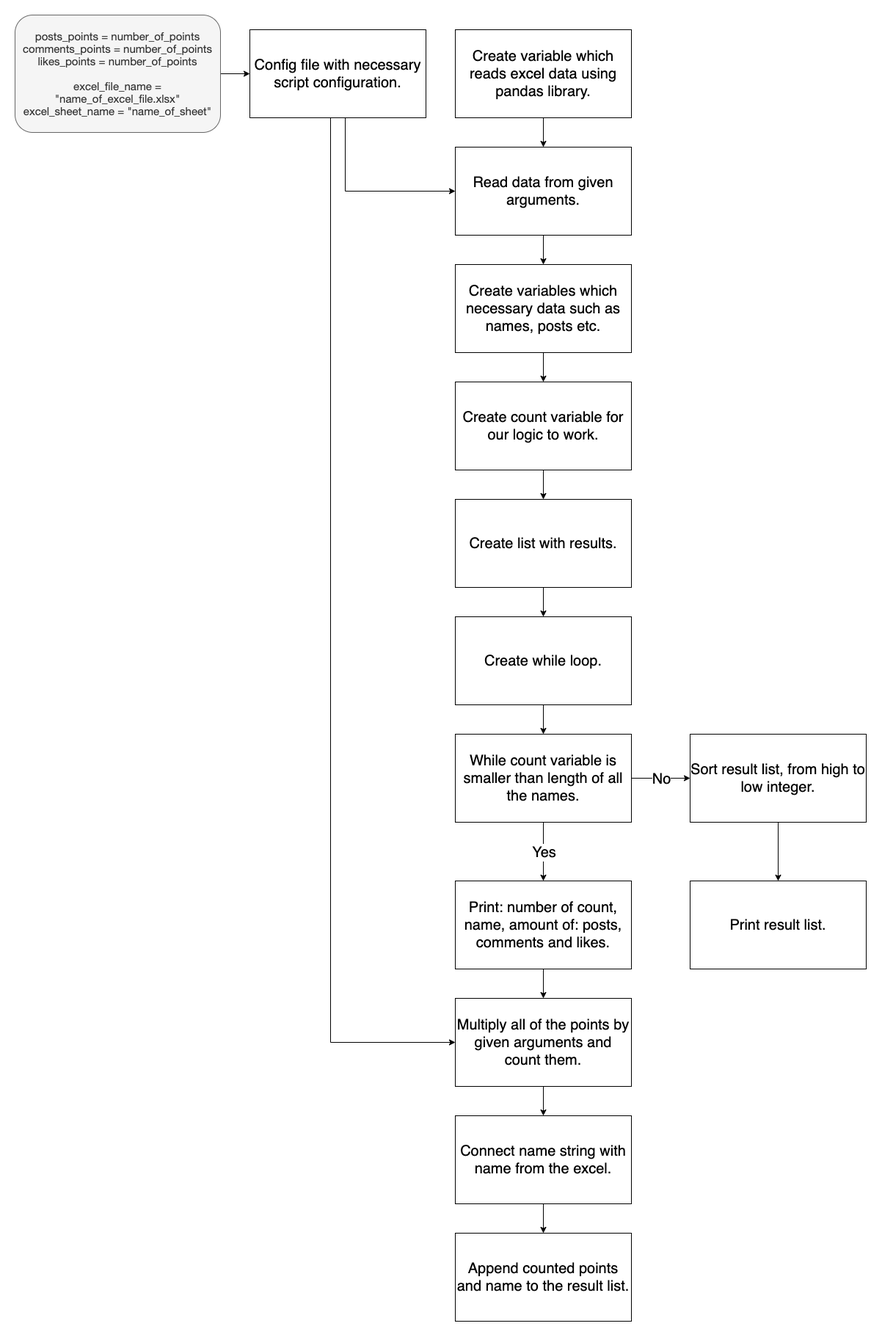
Before: docs/base_logic_docs.drawio.png, a diagram exported from draw.io (KDworakowski/FB-Top-Contributors). Source tidied: cells renumbered, new cells last; positions are measured from the earlier drawing's top-left corner, leaving out a move shared by most shapes.
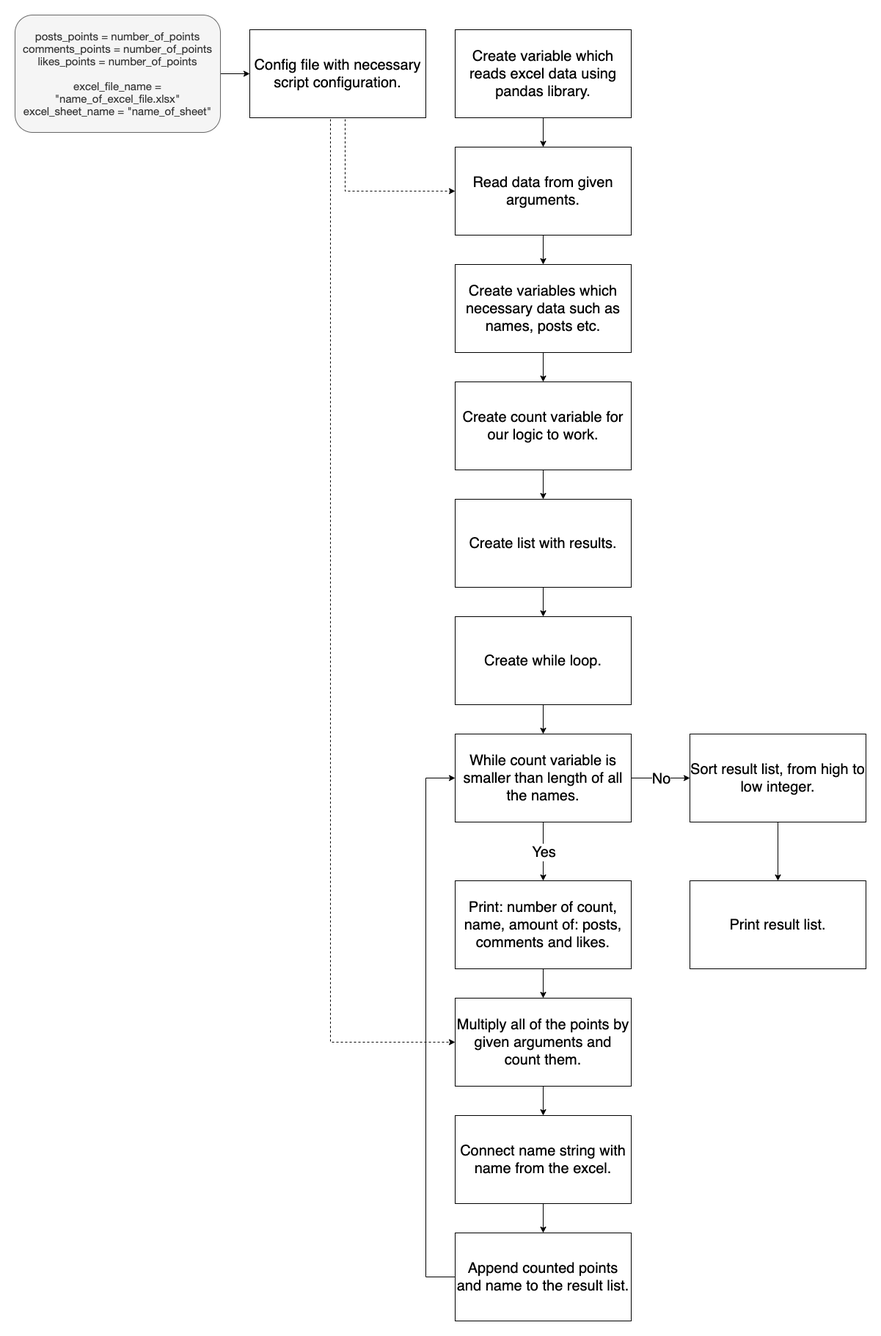
The same diagram one commit later.

Diff of the diagram source:
```diff
@@ -14,7 +14,7 @@
     <mxCell id="5" value="&lt;font style=&quot;font-size: 20px&quot;&gt;Read data from given arguments.&lt;/font&gt;" style="rounded=0;whiteSpace=wrap;html=1;" parent="1" vertex="1">
       <mxGeometry x="600" y="180" width="240" height="120" as="geometry" />
     </mxCell>
-    <mxCell id="6" style="edgeStyle=orthogonalEdgeStyle;rounded=0;jettySize=auto;html=1;exitX=0.5;exitY=1;exitDx=0;exitDy=0;entryX=0;entryY=0.5;entryDx=0;entryDy=0;fontSize=20;" parent="1" edge="1" source="8" target="5">
+    <mxCell id="6" style="edgeStyle=orthogonalEdgeStyle;rounded=0;jettySize=auto;html=1;exitX=0.5;exitY=1;exitDx=0;exitDy=0;entryX=0;entryY=0.5;entryDx=0;entryDy=0;fontSize=20;dashed=1;" parent="1" edge="1" source="8" target="5">
       <mxGeometry relative="1" as="geometry">
         <Array as="points">
           <mxPoint x="450" y="140" />
@@ -22,7 +22,7 @@
         </Array>
       </mxGeometry>
     </mxCell>
-    <mxCell id="7" style="edgeStyle=orthogonalEdgeStyle;rounded=0;jettySize=auto;html=1;exitX=0.5;exitY=1;exitDx=0;exitDy=0;entryX=0;entryY=0.5;entryDx=0;entryDy=0;fontSize=20;" parent="1" edge="1" source="8" target="25">
+    <mxCell id="7" style="edgeStyle=orthogonalEdgeStyle;rounded=0;jettySize=auto;html=1;exitX=0.5;exitY=1;exitDx=0;exitDy=0;entryX=0;entryY=0.5;entryDx=0;entryDy=0;fontSize=20;dashed=1;" parent="1" edge="1" source="8" target="25">
       <mxGeometry relative="1" as="geometry">
         <Array as="points">
           <mxPoint x="430" y="140" />
@@ -90,6 +90,14 @@
     <mxCell id="27" value="&lt;span style=&quot;font-size: 20px&quot;&gt;Connect name string with name from the excel.&lt;/span&gt;" style="rounded=0;whiteSpace=wrap;html=1;" parent="1" vertex="1">
       <mxGeometry x="600" y="1500" width="240" height="120" as="geometry" />
     </mxCell>
+    <mxCell id="34" style="edgeStyle=orthogonalEdgeStyle;rounded=0;jettySize=auto;html=1;exitX=0;exitY=0.5;exitDx=0;exitDy=0;entryX=0;entryY=0.5;entryDx=0;entryDy=0;" parent="1" edge="1" source="28" target="21">
+      <mxGeometry relative="1" as="geometry">
+        <Array as="points">
+          <mxPoint x="560" y="1720" />
+          <mxPoint x="560" y="1040" />
+        </Array>
+      </mxGeometry>
+    </mxCell>
     <mxCell id="28" value="&lt;span style=&quot;font-size: 20px&quot;&gt;Append counted points and name to the result list.&lt;/span&gt;" style="rounded=0;whiteSpace=wrap;html=1;" parent="1" vertex="1">
       <mxGeometry x="600" y="1660" width="240" height="120" as="geometry" />
     </mxCell>
```
